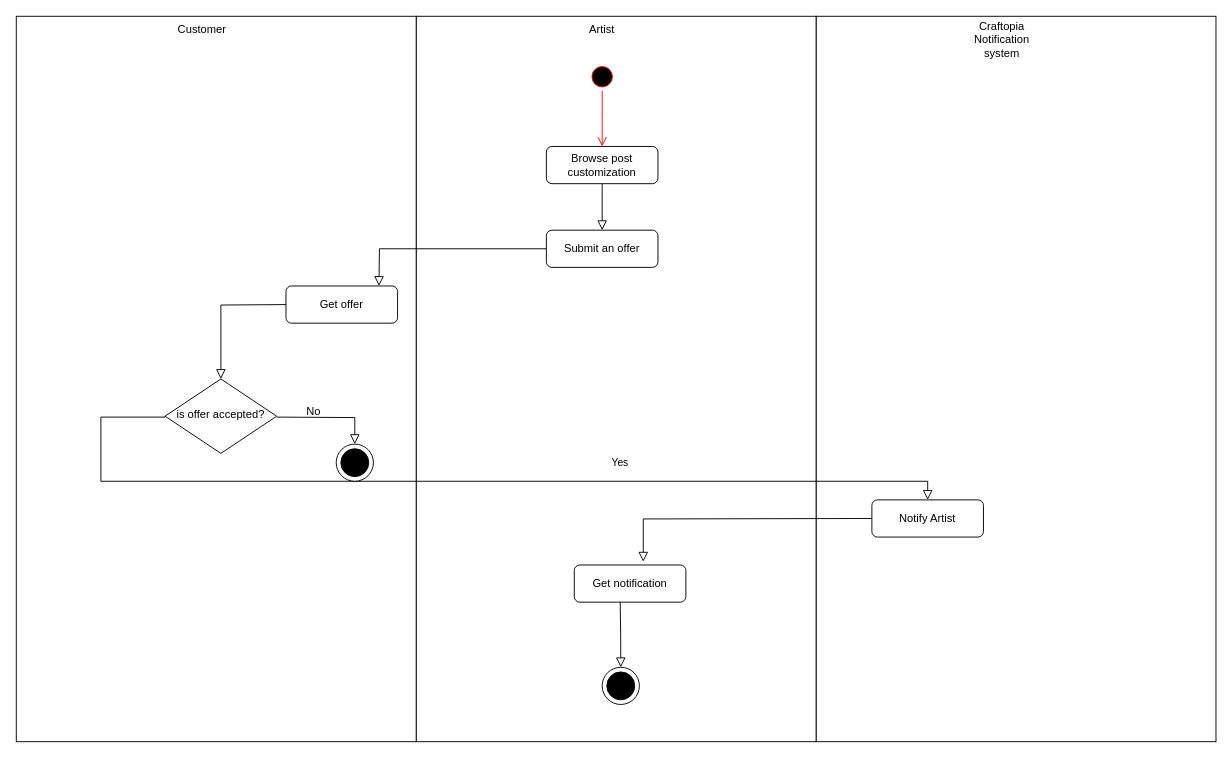
Before: Activity diagram/Customization.drawio in alibedair/Graduation-Project, a draw.io diagram. Source tidied: cells renumbered, new cells numbered last; positions are measured from the earlier drawing's top-left corner, leaving out a move shared by most shapes. Both pictures are drawn from the tidied source at 93%, with x=0, y=0 at pixel (16, 16).
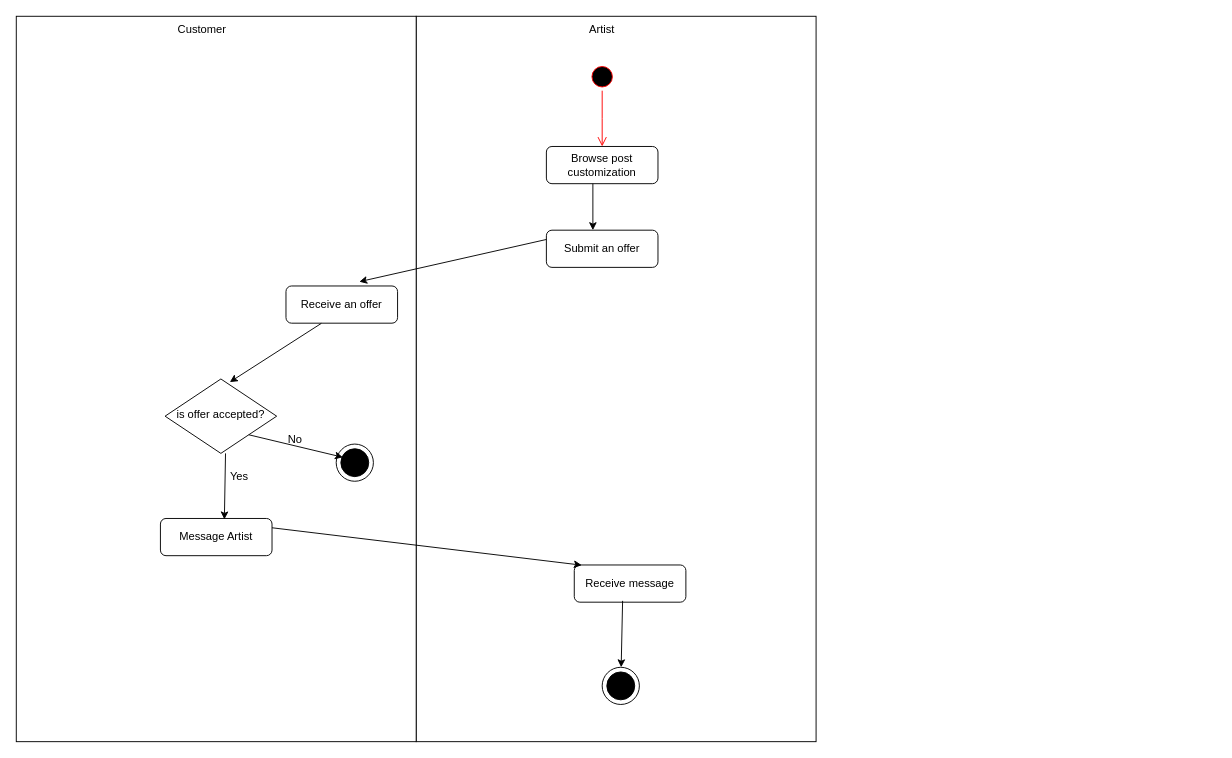
Above is the later version.

The change refers to these unchanged cells:
```xml
<mxCell id="6" value="Browse post customization" style="rounded=1;whiteSpace=wrap;html=1;fontSize=12;glass=0;strokeWidth=1;shadow=0;" parent="1" vertex="1">
  <mxGeometry x="570" y="140" width="120" height="40" as="geometry" />
</mxCell>
<mxCell id="7" value="Submit an offer" style="rounded=1;whiteSpace=wrap;html=1;fontSize=12;glass=0;strokeWidth=1;shadow=0;" parent="1" vertex="1">
  <mxGeometry x="570" y="230" width="120" height="40" as="geometry" />
</mxCell>
<mxCell id="15" value="is offer accepted&lt;span style=&quot;background-color: initial;&quot;&gt;?&lt;/span&gt;" style="rhombus;whiteSpace=wrap;html=1;shadow=0;fontFamily=Helvetica;fontSize=12;align=center;strokeWidth=1;spacing=6;spacingTop=-4;" parent="1" vertex="1">
  <mxGeometry x="160" y="390" width="120" height="80" as="geometry" />
</mxCell>
<mxCell id="17" style="shape=mxgraph.sysml.actFinal;html=1;verticalLabelPosition=bottom;labelBackgroundColor=#ffffff;verticalAlign=top;" parent="1" vertex="1">
  <mxGeometry x="344" y="460" width="40" height="40" as="geometry" />
</mxCell>
<mxCell id="24" style="shape=mxgraph.sysml.actFinal;html=1;verticalLabelPosition=bottom;labelBackgroundColor=#ffffff;verticalAlign=top;" parent="1" vertex="1">
  <mxGeometry x="630" y="700" width="40" height="40" as="geometry" />
</mxCell>
```

What changed in the source:
```diff
@@
-    <mxCell id="2" style="rounded=0;whiteSpace=wrap;html=1;" parent="1" vertex="1">
-      <mxGeometry x="860" width="430" height="780" as="geometry" />
-    </mxCell>
@@
-    <mxCell id="5" style="rounded=0;html=1;jettySize=auto;fontSize=11;endArrow=block;endFill=0;endSize=8;strokeWidth=1;shadow=0;labelBackgroundColor=none;edgeStyle=orthogonalEdgeStyle;" parent="1" edge="1" source="6" target="7">
-      <mxGeometry relative="1" as="geometry" />
-    </mxCell>
@@
-    <mxCell id="12" style="rounded=0;html=1;jettySize=auto;fontSize=11;endArrow=block;endFill=0;endSize=8;strokeWidth=1;shadow=0;labelBackgroundColor=none;edgeStyle=orthogonalEdgeStyle;exitX=0;exitY=0.5;exitDx=0;exitDy=0;" parent="1" edge="1" source="7">
-      <mxGeometry relative="1" as="geometry">
-        <mxPoint x="390" y="290" as="targetPoint" />
-      </mxGeometry>
-    </mxCell>
-    <mxCell id="13" value="Yes" style="rounded=0;html=1;jettySize=auto;fontSize=11;endArrow=block;endFill=0;endSize=8;strokeWidth=1;shadow=0;labelBackgroundColor=none;edgeStyle=orthogonalEdgeStyle;entryX=0.5;entryY=0;entryDx=0;entryDy=0;" parent="1" edge="1" target="21">
-      <mxGeometry x="0.33" y="20" relative="1" as="geometry">
-        <mxPoint x="160" y="430" as="sourcePoint" />
-        <Array as="points">
-          <mxPoint x="91" y="431" />
-          <mxPoint x="91" y="500" />
-        </Array>
-      </mxGeometry>
-    </mxCell>
-    <mxCell id="14" style="rounded=0;html=1;jettySize=auto;fontSize=11;endArrow=block;endFill=0;endSize=8;strokeWidth=1;shadow=0;labelBackgroundColor=none;edgeStyle=orthogonalEdgeStyle;entryX=0.5;entryY=0;entryDx=0;entryDy=0;entryPerimeter=0;" parent="1" edge="1" target="17">
-      <mxGeometry relative="1" as="geometry">
-        <mxPoint x="280" y="431" as="sourcePoint" />
-      </mxGeometry>
-    </mxCell>
@@
-    <mxCell id="16" value="Get offer" style="rounded=1;whiteSpace=wrap;html=1;fontSize=12;glass=0;strokeWidth=1;shadow=0;" parent="1" vertex="1">
+    <mxCell id="16" value="Receive an offer" style="rounded=1;whiteSpace=wrap;html=1;fontSize=12;glass=0;strokeWidth=1;shadow=0;" parent="1" vertex="1">
       <mxGeometry x="290" y="290" width="120" height="40" as="geometry" />
     </mxCell>
@@
-    <mxCell id="18" style="rounded=0;html=1;jettySize=auto;fontSize=11;endArrow=block;endFill=0;endSize=8;strokeWidth=1;shadow=0;labelBackgroundColor=none;edgeStyle=orthogonalEdgeStyle;exitX=0;exitY=0.5;exitDx=0;exitDy=0;" parent="1" edge="1" target="15">
-      <mxGeometry relative="1" as="geometry">
-        <mxPoint x="290" y="310" as="sourcePoint" />
-      </mxGeometry>
-    </mxCell>
     <mxCell id="19" value="No" style="text;html=1;align=center;verticalAlign=middle;whiteSpace=wrap;rounded=0;" parent="1" vertex="1">
-      <mxGeometry x="290" y="410" width="60" height="30" as="geometry" />
+      <mxGeometry x="270" y="440" width="60" height="30" as="geometry" />
     </mxCell>
-    <mxCell id="20" value="Craftopia Notification&lt;div&gt;system&lt;/div&gt;" style="text;html=1;align=center;verticalAlign=middle;whiteSpace=wrap;rounded=0;" parent="1" vertex="1">
-      <mxGeometry x="1030" y="10" width="60" height="30" as="geometry" />
-    </mxCell>
-    <mxCell id="21" value="Notify Artist" style="rounded=1;whiteSpace=wrap;html=1;fontSize=12;glass=0;strokeWidth=1;shadow=0;" parent="1" vertex="1">
-      <mxGeometry x="920" y="520" width="120" height="40" as="geometry" />
+    <mxCell id="21" value="Message Artist" style="rounded=1;whiteSpace=wrap;html=1;fontSize=12;glass=0;strokeWidth=1;shadow=0;" parent="1" vertex="1">
+      <mxGeometry x="155" y="540" width="120" height="40" as="geometry" />
     </mxCell>
-    <mxCell id="22" value="Get notification" style="rounded=1;whiteSpace=wrap;html=1;fontSize=12;glass=0;strokeWidth=1;shadow=0;" parent="1" vertex="1">
+    <mxCell id="22" value="Receive message" style="rounded=1;whiteSpace=wrap;html=1;fontSize=12;glass=0;strokeWidth=1;shadow=0;" parent="1" vertex="1">
       <mxGeometry x="600" y="590" width="120" height="40" as="geometry" />
     </mxCell>
-    <mxCell id="23" style="rounded=0;html=1;jettySize=auto;fontSize=11;endArrow=block;endFill=0;endSize=8;strokeWidth=1;shadow=0;labelBackgroundColor=none;edgeStyle=orthogonalEdgeStyle;exitX=0;exitY=0.5;exitDx=0;exitDy=0;entryX=0.618;entryY=-0.088;entryDx=0;entryDy=0;entryPerimeter=0;" parent="1" edge="1" target="22">
-      <mxGeometry relative="1" as="geometry">
-        <mxPoint x="920" y="540" as="sourcePoint" />
-      </mxGeometry>
-    </mxCell>
@@
-    <mxCell id="25" style="rounded=0;html=1;jettySize=auto;fontSize=11;endArrow=block;endFill=0;endSize=8;strokeWidth=1;shadow=0;labelBackgroundColor=none;edgeStyle=orthogonalEdgeStyle;entryX=0.5;entryY=0;entryDx=0;entryDy=0;entryPerimeter=0;" parent="1" edge="1" target="24">
-      <mxGeometry relative="1" as="geometry">
-        <mxPoint x="649.4" y="630" as="sourcePoint" />
-      </mxGeometry>
-    </mxCell>
+    <mxCell id="26" style="endArrow=classic;html=1;rounded=0;exitX=0;exitY=0.25;exitDx=0;exitDy=0;entryX=0.657;entryY=-0.115;entryDx=0;entryDy=0;entryPerimeter=0;" parent="1" edge="1" source="7" target="16">
+      <mxGeometry relative="1" as="geometry" />
+    </mxCell>
+    <mxCell id="27" style="endArrow=classic;html=1;rounded=0;exitX=0.317;exitY=1.005;exitDx=0;exitDy=0;exitPerimeter=0;entryX=0.58;entryY=0.042;entryDx=0;entryDy=0;entryPerimeter=0;" parent="1" edge="1" source="16" target="15">
+      <mxGeometry relative="1" as="geometry" />
+    </mxCell>
+    <mxCell id="28" style="endArrow=classic;html=1;rounded=0;exitX=0.417;exitY=0.25;exitDx=0;exitDy=0;exitPerimeter=0;" parent="1" edge="1">
+      <mxGeometry relative="1" as="geometry">
+        <mxPoint x="620" y="180" as="sourcePoint" />
+        <mxPoint x="620" y="230" as="targetPoint" />
+      </mxGeometry>
+    </mxCell>
+    <mxCell id="29" style="endArrow=classic;html=1;rounded=0;exitX=0.433;exitY=0.965;exitDx=0;exitDy=0;exitPerimeter=0;" parent="1" edge="1" source="22" target="24">
+      <mxGeometry relative="1" as="geometry" />
+    </mxCell>
+    <mxCell id="30" style="endArrow=classic;html=1;rounded=0;exitX=1;exitY=1;exitDx=0;exitDy=0;entryX=0.18;entryY=0.355;entryDx=0;entryDy=0;entryPerimeter=0;" parent="1" edge="1" source="15" target="17">
+      <mxGeometry relative="1" as="geometry" />
+    </mxCell>
+    <mxCell id="31" style="endArrow=classic;html=1;rounded=0;exitX=0.573;exitY=0.025;exitDx=0;exitDy=0;exitPerimeter=0;entryX=0.573;entryY=0.025;entryDx=0;entryDy=0;entryPerimeter=0;" parent="1" edge="1" target="21">
+      <mxGeometry relative="1" as="geometry">
+        <mxPoint x="225" y="470" as="sourcePoint" />
+      </mxGeometry>
+    </mxCell>
+    <mxCell id="13" value="Yes" style="text;html=1;align=center;verticalAlign=middle;whiteSpace=wrap;rounded=0;" parent="1" vertex="1">
+      <mxGeometry x="210" y="480" width="60" height="30" as="geometry" />
+    </mxCell>
+    <mxCell id="32" style="endArrow=classic;html=1;rounded=0;exitX=1;exitY=0.25;exitDx=0;exitDy=0;entryX=0.067;entryY=0.005;entryDx=0;entryDy=0;entryPerimeter=0;" parent="1" edge="1" source="21" target="22">
+      <mxGeometry relative="1" as="geometry" />
+    </mxCell>
```
